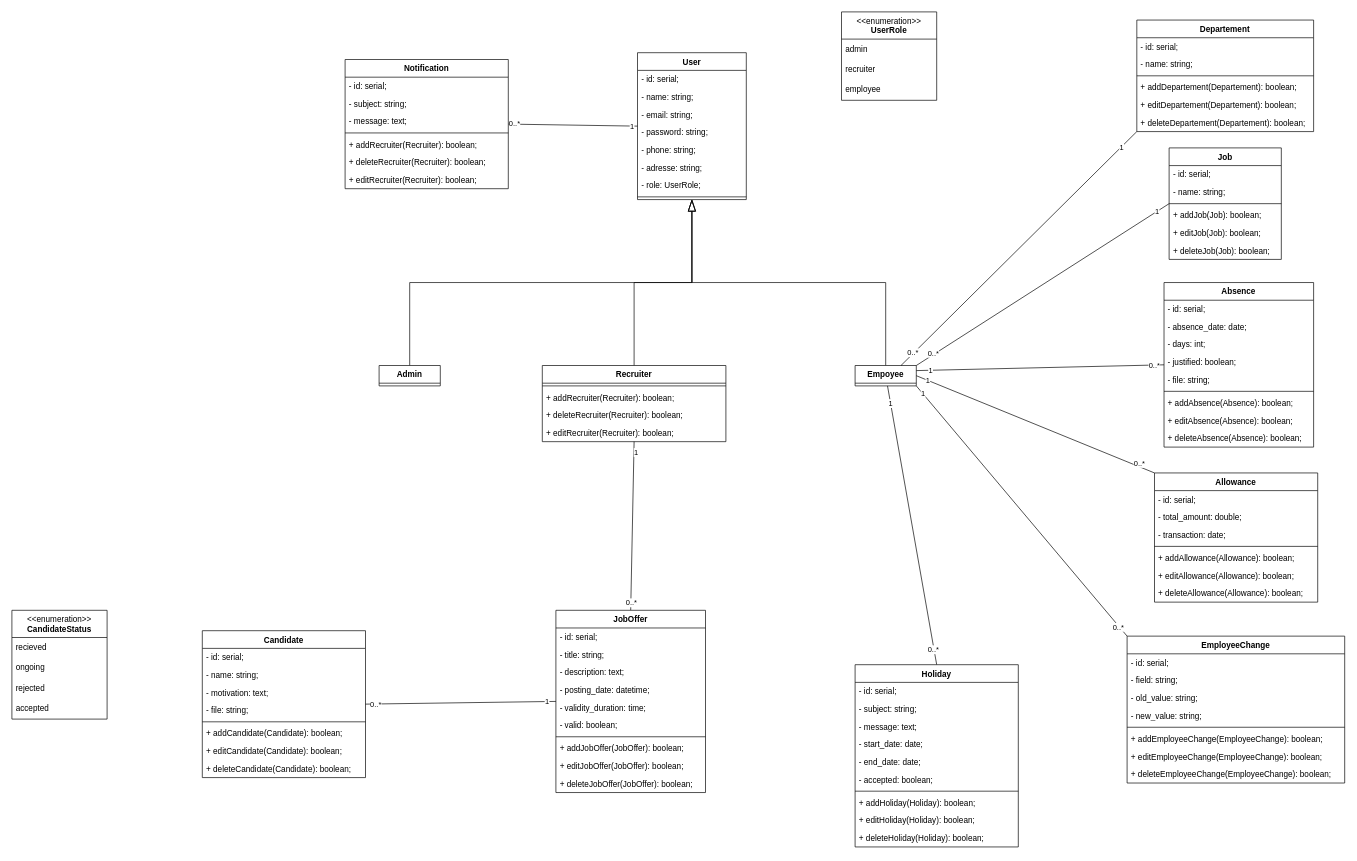
berghach/EmployeeV2-testing keeps this draw.io diagram as EmployeesV2_UML.drawio. Above is the earlier version. Source tidied: cells renumbered, new cells numbered last; positions are measured from the earlier drawing's top-left corner, leaving out a move shared by most shapes. Both pictures are drawn from the tidied source at 68%, with x=0, y=0 at pixel (12, 12).
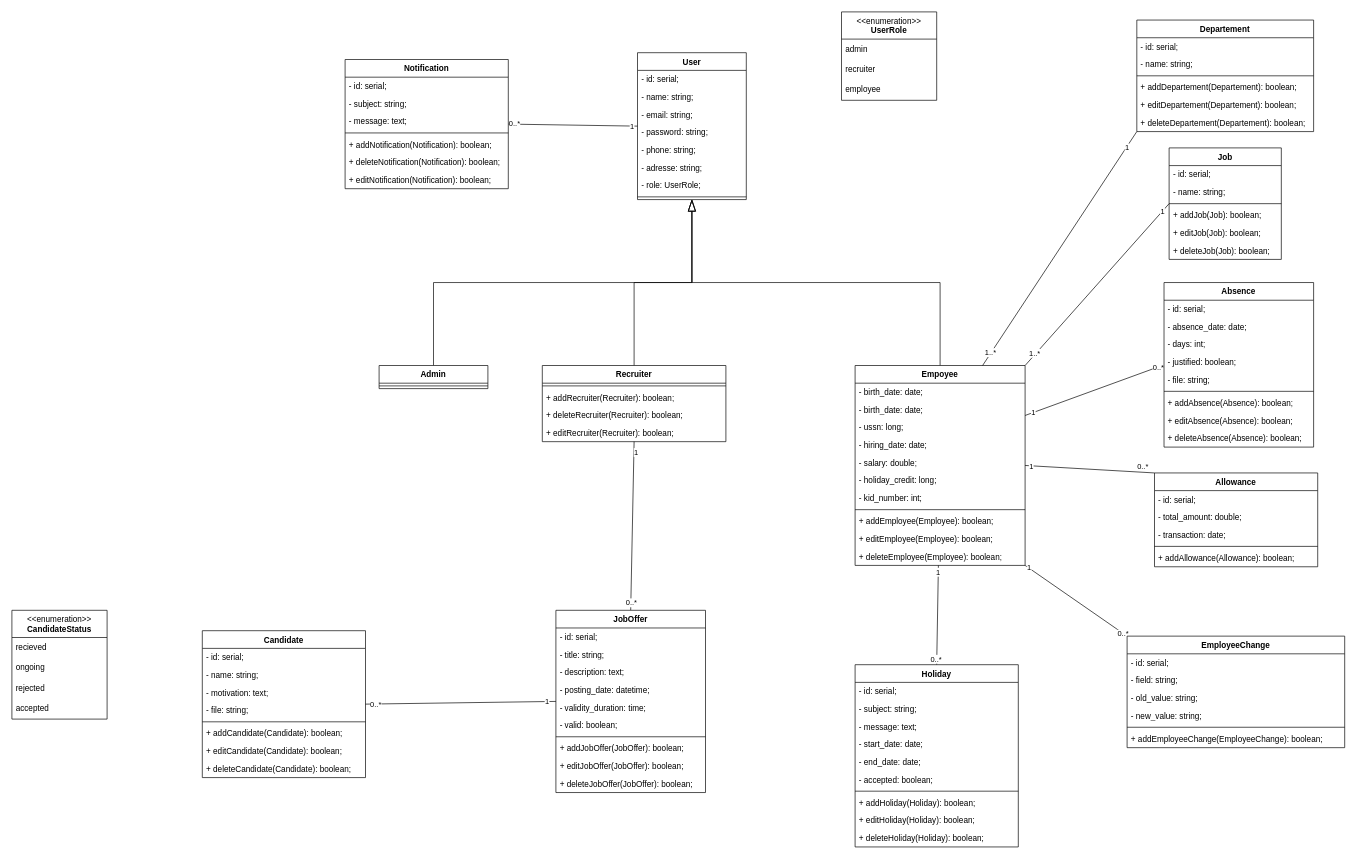
After the change.

Unchanged cells that the change refers to:
```xml
<mxCell id="4" style="rounded=0;jettySize=auto;html=1;exitX=0;exitY=0.5;exitDx=0;exitDy=0;entryX=1;entryY=0;entryDx=0;entryDy=0;endArrow=none;endFill=0;" parent="1" edge="1" source="7" target="3">
  <mxGeometry relative="1" as="geometry" />
</mxCell>
<mxCell id="14" style="rounded=0;jettySize=auto;html=1;exitX=0;exitY=1;exitDx=0;exitDy=0;entryX=0.75;entryY=0;entryDx=0;entryDy=0;endArrow=none;endFill=0;" parent="1" edge="1" source="17" target="3">
  <mxGeometry relative="1" as="geometry" />
</mxCell>
<mxCell id="94" value="Notification" style="swimlane;fontStyle=1;align=center;verticalAlign=top;horizontal=1;startSize=26;whiteSpace=wrap;html=1;" parent="1" vertex="1">
  <mxGeometry x="490" y="70" width="240" height="190" as="geometry" />
</mxCell>
```

Diff of the diagram source:
```diff
@@
-    <mxCell id="3" value="Empoyee" style="swimlane;fontStyle=1;align=center;verticalAlign=top;horizontal=1;startSize=26;whiteSpace=wrap;html=1;" parent="1" vertex="1" collapsed="1">
-      <mxGeometry x="1240" y="520" width="90" height="30" as="geometry" />
+    <mxCell id="3" value="Empoyee" style="swimlane;fontStyle=1;align=center;verticalAlign=top;horizontal=1;startSize=26;whiteSpace=wrap;html=1;" parent="1" vertex="1">
+      <mxGeometry x="1240" y="520" width="250" height="294" as="geometry" />
     </mxCell>
+    <mxCell id="137" value="- birth_date: date;" style="text;strokeColor=none;fillColor=none;align=left;verticalAlign=top;spacingLeft=4;spacingRight=4;overflow=hidden;whiteSpace=wrap;html=1;" parent="3" vertex="1">
+      <mxGeometry y="26" width="250" height="26" as="geometry" />
+    </mxCell>
+    <mxCell id="138" value="- birth_date: date;" style="text;strokeColor=none;fillColor=none;align=left;verticalAlign=top;spacingLeft=4;spacingRight=4;overflow=hidden;whiteSpace=wrap;html=1;" parent="3" vertex="1">
+      <mxGeometry y="52" width="250" height="26" as="geometry" />
+    </mxCell>
+    <mxCell id="139" value="- ussn: long;" style="text;strokeColor=none;fillColor=none;align=left;verticalAlign=top;spacingLeft=4;spacingRight=4;overflow=hidden;whiteSpace=wrap;html=1;" parent="3" vertex="1">
+      <mxGeometry y="78" width="250" height="26" as="geometry" />
+    </mxCell>
+    <mxCell id="140" value="- hiring_date: date;" style="text;strokeColor=none;fillColor=none;align=left;verticalAlign=top;spacingLeft=4;spacingRight=4;overflow=hidden;whiteSpace=wrap;html=1;" parent="3" vertex="1">
+      <mxGeometry y="104" width="250" height="26" as="geometry" />
+    </mxCell>
+    <mxCell id="141" value="- salary: double;" style="text;strokeColor=none;fillColor=none;align=left;verticalAlign=top;spacingLeft=4;spacingRight=4;overflow=hidden;whiteSpace=wrap;html=1;" parent="3" vertex="1">
+      <mxGeometry y="130" width="250" height="26" as="geometry" />
+    </mxCell>
+    <mxCell id="142" value="- holiday_credit: long;" style="text;strokeColor=none;fillColor=none;align=left;verticalAlign=top;spacingLeft=4;spacingRight=4;overflow=hidden;whiteSpace=wrap;html=1;" parent="3" vertex="1">
+      <mxGeometry y="156" width="250" height="26" as="geometry" />
+    </mxCell>
+    <mxCell id="143" value="- kid_number: int;" style="text;strokeColor=none;fillColor=none;align=left;verticalAlign=top;spacingLeft=4;spacingRight=4;overflow=hidden;whiteSpace=wrap;html=1;" parent="3" vertex="1">
+      <mxGeometry y="182" width="250" height="26" as="geometry" />
+    </mxCell>
+    <mxCell id="144" style="line;strokeWidth=1;fillColor=none;align=left;verticalAlign=middle;spacingTop=-1;spacingLeft=3;spacingRight=3;labelPosition=right;strokeColor=inherit;" parent="3" vertex="1">
+      <mxGeometry y="208" width="250" height="8" as="geometry" />
+    </mxCell>
+    <mxCell id="145" value="+ addEmployee(Employee): boolean;" style="text;strokeColor=none;fillColor=none;align=left;verticalAlign=top;spacingLeft=4;spacingRight=4;overflow=hidden;whiteSpace=wrap;html=1;" parent="3" vertex="1">
+      <mxGeometry y="216" width="250" height="26" as="geometry" />
+    </mxCell>
+    <mxCell id="146" value="+ editEmployee(Employee): boolean;" style="text;strokeColor=none;fillColor=none;align=left;verticalAlign=top;spacingLeft=4;spacingRight=4;overflow=hidden;whiteSpace=wrap;html=1;" parent="3" vertex="1">
+      <mxGeometry y="242" width="250" height="26" as="geometry" />
+    </mxCell>
+    <mxCell id="147" value="+ deleteEmployee(Employee): boolean;" style="text;strokeColor=none;fillColor=none;align=left;verticalAlign=top;spacingLeft=4;spacingRight=4;overflow=hidden;whiteSpace=wrap;html=1;" parent="3" vertex="1">
+      <mxGeometry y="268" width="250" height="26" as="geometry" />
+    </mxCell>
@@
-    <mxCell id="6" value="0..*" style="edgeLabel;html=1;align=center;verticalAlign=middle;" parent="4" vertex="1">
+    <mxCell id="6" value="1..*" style="edgeLabel;html=1;align=center;verticalAlign=middle;" parent="4" vertex="1">
       <mxGeometry x="0.86" y="-2" relative="1" as="geometry" />
     </mxCell>
@@
-    <mxCell id="16" value="0..*" style="edgeLabel;html=1;align=center;verticalAlign=middle;" parent="14" vertex="1">
+    <mxCell id="16" value="1..*" style="edgeLabel;html=1;align=center;verticalAlign=middle;" parent="14" vertex="1">
       <mxGeometry x="0.89" y="-2" relative="1" as="geometry">
         <mxPoint y="1" as="offset" />
       </mxGeometry>
     </mxCell>
@@
-    <mxCell id="34" value="Admin" style="swimlane;fontStyle=1;align=center;verticalAlign=top;horizontal=1;startSize=26;whiteSpace=wrap;html=1;" parent="1" vertex="1" collapsed="1">
-      <mxGeometry x="540" y="520" width="90" height="30" as="geometry" />
+    <mxCell id="34" value="Admin" style="swimlane;fontStyle=1;align=center;verticalAlign=top;horizontal=1;startSize=26;whiteSpace=wrap;html=1;" parent="1" vertex="1">
+      <mxGeometry x="540" y="520" width="160" height="34" as="geometry" />
     </mxCell>
+    <mxCell id="148" style="line;strokeWidth=1;fillColor=none;align=left;verticalAlign=middle;spacingTop=-1;spacingLeft=3;spacingRight=3;labelPosition=right;strokeColor=inherit;" parent="34" vertex="1">
+      <mxGeometry y="26" width="160" height="8" as="geometry" />
+    </mxCell>
@@
     <mxCell id="70" value="Allowance" style="swimlane;fontStyle=1;align=center;verticalAlign=top;horizontal=1;startSize=26;whiteSpace=wrap;html=1;rounded=0;shadow=0;glass=0;swimlaneLine=1;" parent="1" vertex="1">
-      <mxGeometry x="1680.3" y="678" width="240" height="190" as="geometry" />
+      <mxGeometry x="1680.3" y="678" width="240" height="138" as="geometry" />
     </mxCell>
@@
-    <mxCell id="76" value="+ editAllowance(Allowance): boolean;" style="text;strokeColor=none;fillColor=none;align=left;verticalAlign=top;spacingLeft=4;spacingRight=4;overflow=hidden;whiteSpace=wrap;html=1;" parent="70" vertex="1">
-      <mxGeometry y="138" width="240" height="26" as="geometry" />
-    </mxCell>
-    <mxCell id="77" value="+ deleteAllowance(Allowance): boolean;" style="text;strokeColor=none;fillColor=none;align=left;verticalAlign=top;spacingLeft=4;spacingRight=4;overflow=hidden;whiteSpace=wrap;html=1;" parent="70" vertex="1">
-      <mxGeometry y="164" width="240" height="26" as="geometry" />
-    </mxCell>
@@
-    <mxCell id="99" value="+ addRecruiter(Recruiter): boolean;" style="text;strokeColor=none;fillColor=none;align=left;verticalAlign=top;spacingLeft=4;spacingRight=4;overflow=hidden;whiteSpace=wrap;html=1;" parent="94" vertex="1">
+    <mxCell id="99" value="+ addNotification(Notification): boolean;" style="text;strokeColor=none;fillColor=none;align=left;verticalAlign=top;spacingLeft=4;spacingRight=4;overflow=hidden;whiteSpace=wrap;html=1;" parent="94" vertex="1">
       <mxGeometry y="112" width="240" height="26" as="geometry" />
     </mxCell>
-    <mxCell id="100" value="+ deleteRecruiter(Recruiter): boolean;" style="text;strokeColor=none;fillColor=none;align=left;verticalAlign=top;spacingLeft=4;spacingRight=4;overflow=hidden;whiteSpace=wrap;html=1;" parent="94" vertex="1">
+    <mxCell id="100" value="+ deleteNotification(Notification): boolean;" style="text;strokeColor=none;fillColor=none;align=left;verticalAlign=top;spacingLeft=4;spacingRight=4;overflow=hidden;whiteSpace=wrap;html=1;" parent="94" vertex="1">
       <mxGeometry y="138" width="240" height="26" as="geometry" />
     </mxCell>
-    <mxCell id="101" value="+ editRecruiter(Recruiter): boolean;" style="text;strokeColor=none;fillColor=none;align=left;verticalAlign=top;spacingLeft=4;spacingRight=4;overflow=hidden;whiteSpace=wrap;html=1;" parent="94" vertex="1">
+    <mxCell id="101" value="+ editNotification(Notification): boolean;" style="text;strokeColor=none;fillColor=none;align=left;verticalAlign=top;spacingLeft=4;spacingRight=4;overflow=hidden;whiteSpace=wrap;html=1;" parent="94" vertex="1">
       <mxGeometry y="164" width="240" height="26" as="geometry" />
     </mxCell>
@@
     <mxCell id="128" value="EmployeeChange" style="swimlane;fontStyle=1;align=center;verticalAlign=top;horizontal=1;startSize=26;whiteSpace=wrap;html=1;rounded=0;shadow=0;glass=0;swimlaneLine=1;" parent="1" vertex="1">
-      <mxGeometry x="1640" y="918" width="320" height="216" as="geometry" />
+      <mxGeometry x="1640" y="918" width="320" height="164" as="geometry" />
     </mxCell>
@@
-    <mxCell id="135" value="+ editEmployeeChange(EmployeeChange): boolean;" style="text;strokeColor=none;fillColor=none;align=left;verticalAlign=top;spacingLeft=4;spacingRight=4;overflow=hidden;whiteSpace=wrap;html=1;" parent="128" vertex="1">
-      <mxGeometry y="164" width="320" height="26" as="geometry" />
-    </mxCell>
-    <mxCell id="136" value="+ deleteEmployeeChange(EmployeeChange): boolean;" style="text;strokeColor=none;fillColor=none;align=left;verticalAlign=top;spacingLeft=4;spacingRight=4;overflow=hidden;whiteSpace=wrap;html=1;" parent="128" vertex="1">
-      <mxGeometry y="190" width="320" height="26" as="geometry" />
-    </mxCell>
```
